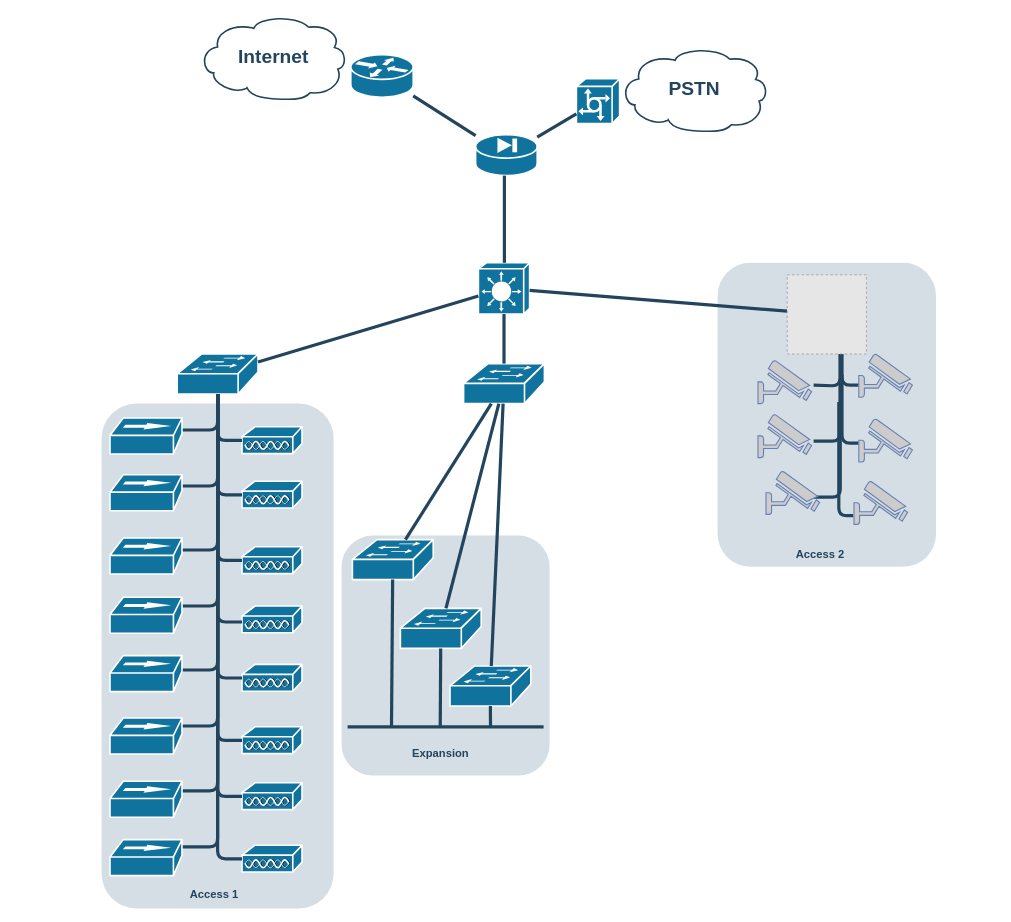
The draw.io diagram Atualidad de SDM.drawio in 0002itz/pruevas-registro-de-seguridad, before the edit. Source tidied: cells renumbered, new cells numbered last; positions are measured from the earlier drawing's top-left corner, leaving out a move shared by most shapes. Both pictures are drawn from the tidied source at 80%, with x=0, y=0 at pixel (102, 14). Pictures stored in the file or linked from it are replaced by grey dashed boxes.
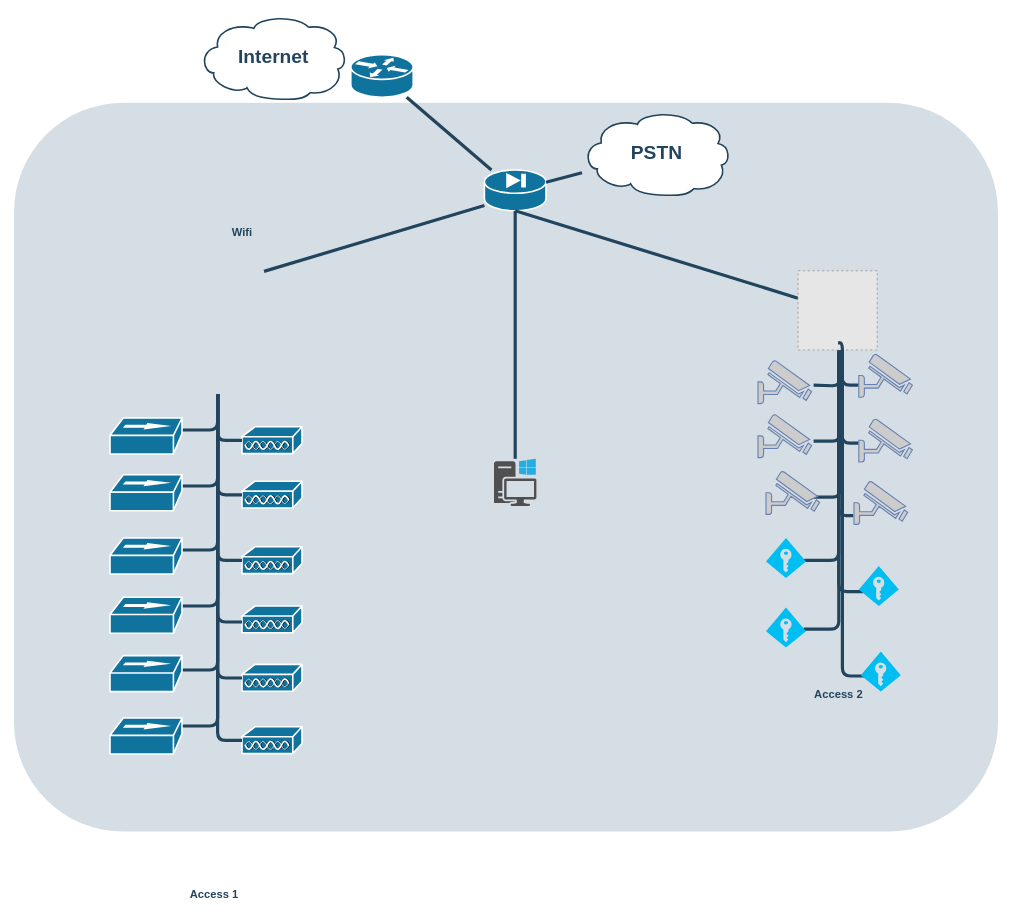
The same diagram, later.

The change refers to these unchanged cells:
```xml
<mxCell id="14" style="shape=mxgraph.cisco.misc.access_point;html=1;dashed=0;fillColor=#10739E;strokeColor=#ffffff;strokeWidth=2;verticalLabelPosition=bottom;verticalAlign=top;fontFamily=Helvetica;fontSize=36;fontColor=#FFB366;" parent="1" vertex="1">
  <mxGeometry x="175" y="515" width="75" height="34" as="geometry" />
</mxCell>
<mxCell id="15" style="shape=mxgraph.cisco.misc.access_point;html=1;dashed=0;fillColor=#10739E;strokeColor=#ffffff;strokeWidth=2;verticalLabelPosition=bottom;verticalAlign=top;fontFamily=Helvetica;fontSize=36;fontColor=#FFB366;" parent="1" vertex="1">
  <mxGeometry x="175" y="583" width="75" height="34" as="geometry" />
</mxCell>
<mxCell id="16" style="shape=mxgraph.cisco.misc.access_point;html=1;dashed=0;fillColor=#10739E;strokeColor=#ffffff;strokeWidth=2;verticalLabelPosition=bottom;verticalAlign=top;fontFamily=Helvetica;fontSize=36;fontColor=#FFB366;" parent="1" vertex="1">
  <mxGeometry x="175" y="812" width="75" height="34" as="geometry" />
</mxCell>
<mxCell id="17" style="shape=mxgraph.cisco.misc.access_point;html=1;dashed=0;fillColor=#10739E;strokeColor=#ffffff;strokeWidth=2;verticalLabelPosition=bottom;verticalAlign=top;fontFamily=Helvetica;fontSize=36;fontColor=#FFB366;" parent="1" vertex="1">
  <mxGeometry x="175" y="665" width="75" height="34" as="geometry" />
</mxCell>
<mxCell id="18" style="shape=mxgraph.cisco.misc.access_point;html=1;dashed=0;fillColor=#10739E;strokeColor=#ffffff;strokeWidth=2;verticalLabelPosition=bottom;verticalAlign=top;fontFamily=Helvetica;fontSize=36;fontColor=#FFB366;" parent="1" vertex="1">
  <mxGeometry x="175" y="890" width="75" height="34" as="geometry" />
</mxCell>
<mxCell id="19" style="shape=mxgraph.cisco.misc.access_point;html=1;dashed=0;fillColor=#10739E;strokeColor=#ffffff;strokeWidth=2;verticalLabelPosition=bottom;verticalAlign=top;fontFamily=Helvetica;fontSize=36;fontColor=#FFB366;" parent="1" vertex="1">
  <mxGeometry x="175" y="739" width="75" height="34" as="geometry" />
</mxCell>
```

The edit, as a diff of the source:
```diff
@@
-    <mxCell id="2" style="rounded=1;whiteSpace=wrap;html=1;strokeColor=none;fillColor=#BAC8D3;fontSize=24;fontColor=#23445D;align=center;opacity=60;" parent="1" vertex="1">
-      <mxGeometry x="769.5" y="310" width="273" height="380" as="geometry" />
-    </mxCell>
     <mxCell id="3" style="rounded=1;whiteSpace=wrap;html=1;strokeColor=none;fillColor=#BAC8D3;fontSize=24;fontColor=#23445D;align=center;opacity=60;" parent="1" vertex="1">
-      <mxGeometry x="299.5" y="651" width="260" height="300" as="geometry" />
+      <mxGeometry x="-110" y="110" width="1230" height="911" as="geometry" />
     </mxCell>
-    <mxCell id="4" style="rounded=1;whiteSpace=wrap;html=1;strokeColor=none;fillColor=#BAC8D3;fontSize=24;fontColor=#23445D;align=center;opacity=60;" parent="1" vertex="1">
-      <mxGeometry x="-0.5" y="486" width="290" height="631" as="geometry" />
-    </mxCell>
     <mxCell id="5" style="shape=mxgraph.cisco.security.pix_firewall;html=1;dashed=0;fillColor=#10739E;strokeColor=#ffffff;strokeWidth=2;verticalLabelPosition=bottom;verticalAlign=top;fontFamily=Helvetica;fontSize=36;fontColor=#FFB366;" parent="1" vertex="1">
-      <mxGeometry x="467" y="150" width="77" height="51" as="geometry" />
+      <mxGeometry x="478" y="194" width="77" height="51" as="geometry" />
     </mxCell>
@@
     <mxCell id="7" value="PSTN" style="shape=mxgraph.cisco.storage.cloud;html=1;dashed=0;strokeColor=#23445D;fillColor=#ffffff;strokeWidth=2;fontFamily=Helvetica;fontSize=24;fontColor=#23445D;fontStyle=1;" parent="1" vertex="1">
-      <mxGeometry x="647" y="40" width="186" height="106" as="geometry" />
+      <mxGeometry x="600" y="120" width="186" height="106" as="geometry" />
     </mxCell>
-    <mxCell id="8" style="shape=mxgraph.cisco.servers.communications_server;html=1;dashed=0;fillColor=#10739E;strokeColor=#ffffff;strokeWidth=2;verticalLabelPosition=bottom;verticalAlign=top;fontFamily=Helvetica;fontSize=36;fontColor=#FFB366;" parent="1" vertex="1">
-      <mxGeometry x="593" y="80" width="54" height="56" as="geometry" />
-    </mxCell>
-    <mxCell id="9" style="shape=mxgraph.cisco.switches.layer_3_switch;html=1;dashed=0;fillColor=#10739E;strokeColor=#ffffff;strokeWidth=2;verticalLabelPosition=bottom;verticalAlign=top;fontFamily=Helvetica;fontSize=36;fontColor=#FFB366;" parent="1" vertex="1">
-      <mxGeometry x="470.5" y="310" width="64" height="64" as="geometry" />
-    </mxCell>
-    <mxCell id="10" style="shape=mxgraph.cisco.switches.workgroup_switch;html=1;dashed=0;fillColor=#10739E;strokeColor=#ffffff;strokeWidth=2;verticalLabelPosition=bottom;verticalAlign=top;fontFamily=Helvetica;fontSize=36;fontColor=#FFB366;" parent="1" vertex="1">
-      <mxGeometry x="94" y="424" width="101" height="50" as="geometry" />
-    </mxCell>
-    <mxCell id="11" style="shape=mxgraph.cisco.switches.workgroup_switch;html=1;dashed=0;fillColor=#10739E;strokeColor=#ffffff;strokeWidth=2;verticalLabelPosition=bottom;verticalAlign=top;fontFamily=Helvetica;fontSize=36;fontColor=#FFB366;" parent="1" vertex="1">
-      <mxGeometry x="452" y="436" width="101" height="50" as="geometry" />
-    </mxCell>
-    <mxCell id="12" style="shape=mxgraph.cisco.switches.workgroup_switch;html=1;dashed=0;fillColor=#10739E;strokeColor=#ffffff;strokeWidth=2;verticalLabelPosition=bottom;verticalAlign=top;fontFamily=Helvetica;fontSize=36;fontColor=#FFB366;" parent="1" vertex="1">
-      <mxGeometry x="313" y="656" width="101" height="50" as="geometry" />
-    </mxCell>
-    <mxCell id="13" style="shape=mxgraph.cisco.switches.workgroup_switch;html=1;dashed=0;fillColor=#10739E;strokeColor=#ffffff;strokeWidth=2;verticalLabelPosition=bottom;verticalAlign=top;fontFamily=Helvetica;fontSize=36;fontColor=#FFB366;" parent="1" vertex="1">
-      <mxGeometry x="435" y="814" width="101" height="50" as="geometry" />
-    </mxCell>
@@
-    <mxCell id="28" style="elbow=horizontal;endArrow=none;html=1;strokeColor=#23445D;endFill=0;strokeWidth=4;rounded=1;" parent="1" edge="1" source="5" target="8">
+    <mxCell id="28" style="elbow=horizontal;endArrow=none;html=1;strokeColor=#23445D;endFill=0;strokeWidth=4;rounded=1;" parent="1" edge="1" source="5" target="7">
       <mxGeometry relative="1" as="geometry" />
     </mxCell>
-    <mxCell id="29" style="edgeStyle=none;rounded=1;html=1;strokeColor=#23445D;endArrow=none;endFill=0;strokeWidth=4;" parent="1" edge="1" source="9" target="10">
-      <mxGeometry relative="1" as="geometry" />
+    <mxCell id="29" style="edgeStyle=none;rounded=1;html=1;strokeColor=#23445D;endArrow=none;endFill=0;strokeWidth=4;" parent="1" edge="1">
+      <mxGeometry relative="1" as="geometry">
+        <mxPoint x="478" y="238.3" as="sourcePoint" />
+        <mxPoint x="202.5" y="320.7" as="targetPoint" />
+      </mxGeometry>
     </mxCell>
-    <mxCell id="30" style="edgeStyle=none;rounded=1;html=1;strokeColor=#23445D;endArrow=none;endFill=0;strokeWidth=4;" parent="1" edge="1" source="9" target="11">
+    <mxCell id="30" style="edgeStyle=none;rounded=1;html=1;strokeColor=#23445D;endArrow=none;endFill=0;strokeWidth=4;" parent="1" edge="1" source="5" target="78">
       <mxGeometry relative="1" as="geometry" />
     </mxCell>
-    <mxCell id="31" style="edgeStyle=none;rounded=1;html=1;strokeColor=#23445D;endArrow=none;endFill=0;strokeWidth=4;" parent="1" edge="1" source="9" target="71">
+    <mxCell id="31" style="edgeStyle=none;rounded=1;html=1;strokeColor=#23445D;endArrow=none;endFill=0;strokeWidth=4;exitX=0.5;exitY=1;exitDx=0;exitDy=0;exitPerimeter=0;" parent="1" edge="1" source="5" target="71">
       <mxGeometry relative="1" as="geometry" />
     </mxCell>
-    <mxCell id="32" style="edgeStyle=elbowEdgeStyle;elbow=horizontal;endArrow=none;html=1;strokeColor=#23445D;endFill=0;strokeWidth=4;rounded=1;" parent="1" edge="1" source="5" target="9">
-      <mxGeometry relative="1" as="geometry" />
-    </mxCell>
-    <mxCell id="33" style="edgeStyle=orthogonalEdgeStyle;rounded=1;html=1;strokeColor=#23445D;endArrow=none;endFill=0;strokeWidth=4;" parent="1" edge="1" source="10">
+    <mxCell id="33" style="edgeStyle=orthogonalEdgeStyle;rounded=1;html=1;strokeColor=#23445D;endArrow=none;endFill=0;strokeWidth=4;" parent="1" edge="1">
       <mxGeometry relative="1" as="geometry">
+        <mxPoint x="144.5" y="474" as="sourcePoint" />
         <mxPoint x="101" y="519" as="targetPoint" />
         <Array as="points">
           <mxPoint x="145" y="519" />
         </Array>
       </mxGeometry>
     </mxCell>
-    <mxCell id="34" style="edgeStyle=orthogonalEdgeStyle;rounded=1;html=1;strokeColor=#23445D;endArrow=none;endFill=0;strokeWidth=4;" parent="1" edge="1" source="10">
+    <mxCell id="34" style="edgeStyle=orthogonalEdgeStyle;rounded=1;html=1;strokeColor=#23445D;endArrow=none;endFill=0;strokeWidth=4;" parent="1" edge="1">
       <mxGeometry relative="1" as="geometry">
+        <mxPoint x="144.5" y="474" as="sourcePoint" />
         <mxPoint x="101" y="589" as="targetPoint" />
         <Array as="points">
           <mxPoint x="145" y="589" />
         </Array>
       </mxGeometry>
     </mxCell>
-    <mxCell id="35" style="edgeStyle=orthogonalEdgeStyle;rounded=1;html=1;strokeColor=#23445D;endArrow=none;endFill=0;strokeWidth=4;" parent="1" edge="1" source="10">
+    <mxCell id="35" style="edgeStyle=orthogonalEdgeStyle;rounded=1;html=1;strokeColor=#23445D;endArrow=none;endFill=0;strokeWidth=4;" parent="1" edge="1">
       <mxGeometry relative="1" as="geometry">
+        <mxPoint x="144.5" y="474" as="sourcePoint" />
         <mxPoint x="101" y="669" as="targetPoint" />
         <Array as="points">
           <mxPoint x="145" y="669" />
         </Array>
       </mxGeometry>
     </mxCell>
-    <mxCell id="36" style="edgeStyle=orthogonalEdgeStyle;rounded=1;html=1;strokeColor=#23445D;endArrow=none;endFill=0;strokeWidth=4;" parent="1" edge="1" source="10">
+    <mxCell id="36" style="edgeStyle=orthogonalEdgeStyle;rounded=1;html=1;strokeColor=#23445D;endArrow=none;endFill=0;strokeWidth=4;" parent="1" edge="1">
       <mxGeometry relative="1" as="geometry">
+        <mxPoint x="144.5" y="474" as="sourcePoint" />
         <mxPoint x="101" y="739" as="targetPoint" />
         <Array as="points">
           <mxPoint x="145" y="739" />
         </Array>
       </mxGeometry>
     </mxCell>
-    <mxCell id="37" style="edgeStyle=orthogonalEdgeStyle;rounded=1;html=1;strokeColor=#23445D;endArrow=none;endFill=0;strokeWidth=4;" parent="1" edge="1" source="10" target="14">
+    <mxCell id="37" style="edgeStyle=orthogonalEdgeStyle;rounded=1;html=1;strokeColor=#23445D;endArrow=none;endFill=0;strokeWidth=4;" parent="1" edge="1" target="14">
       <mxGeometry relative="1" as="geometry">
+        <mxPoint x="144.5" y="474" as="sourcePoint" />
         <Array as="points">
           <mxPoint x="145" y="532" />
         </Array>
       </mxGeometry>
     </mxCell>
-    <mxCell id="38" style="edgeStyle=orthogonalEdgeStyle;rounded=1;html=1;strokeColor=#23445D;endArrow=none;endFill=0;strokeWidth=4;" parent="1" edge="1" source="10" target="15">
+    <mxCell id="38" style="edgeStyle=orthogonalEdgeStyle;rounded=1;html=1;strokeColor=#23445D;endArrow=none;endFill=0;strokeWidth=4;" parent="1" edge="1" target="15">
       <mxGeometry relative="1" as="geometry">
+        <mxPoint x="144.5" y="474" as="sourcePoint" />
         <Array as="points">
           <mxPoint x="145" y="600" />
         </Array>
       </mxGeometry>
     </mxCell>
-    <mxCell id="39" style="edgeStyle=orthogonalEdgeStyle;rounded=1;html=1;strokeColor=#23445D;endArrow=none;endFill=0;strokeWidth=4;" parent="1" edge="1" source="10" target="17">
+    <mxCell id="39" style="edgeStyle=orthogonalEdgeStyle;rounded=1;html=1;strokeColor=#23445D;endArrow=none;endFill=0;strokeWidth=4;" parent="1" edge="1" target="17">
       <mxGeometry relative="1" as="geometry">
+        <mxPoint x="144.5" y="474" as="sourcePoint" />
         <Array as="points">
           <mxPoint x="145" y="682" />
         </Array>
       </mxGeometry>
     </mxCell>
-    <mxCell id="40" style="edgeStyle=orthogonalEdgeStyle;rounded=1;html=1;strokeColor=#23445D;endArrow=none;endFill=0;strokeWidth=4;" parent="1" edge="1" source="10" target="19">
+    <mxCell id="40" style="edgeStyle=orthogonalEdgeStyle;rounded=1;html=1;strokeColor=#23445D;endArrow=none;endFill=0;strokeWidth=4;" parent="1" edge="1" target="19">
       <mxGeometry relative="1" as="geometry">
+        <mxPoint x="144.5" y="474" as="sourcePoint" />
         <Array as="points">
           <mxPoint x="145" y="759" />
         </Array>
       </mxGeometry>
     </mxCell>
-    <mxCell id="41" style="rounded=1;html=1;strokeColor=#23445D;endArrow=none;endFill=0;strokeWidth=4;" parent="1" edge="1" source="11" target="13">
-      <mxGeometry relative="1" as="geometry" />
-    </mxCell>
-    <mxCell id="42" style="rounded=1;html=1;strokeColor=#23445D;endArrow=none;endFill=0;strokeWidth=4;" parent="1" edge="1" source="11" target="12">
-      <mxGeometry relative="1" as="geometry" />
-    </mxCell>
-    <mxCell id="43" style="line;html=1;strokeColor=#23445D;" parent="1" vertex="1">
-      <mxGeometry x="307" y="885" width="245" height="10" as="geometry" />
-    </mxCell>
-    <mxCell id="44" style="rounded=1;html=1;entryX=0.224;entryY=0.5;entryPerimeter=0;strokeColor=#23445D;endArrow=none;endFill=0;strokeWidth=4;" parent="1" edge="1" source="12" target="43">
-      <mxGeometry relative="1" as="geometry" />
-    </mxCell>
-    <mxCell id="45" style="edgeStyle=orthogonalEdgeStyle;rounded=1;html=1;entryX=0.714;entryY=0.5;entryPerimeter=0;strokeColor=#23445D;endArrow=none;endFill=0;strokeWidth=4;" parent="1" edge="1" source="13">
-      <mxGeometry relative="1" as="geometry">
-        <mxPoint x="485.7" y="890.3" as="targetPoint" />
-        <Array as="points">
-          <mxPoint x="486" y="877" />
-          <mxPoint x="485" y="877" />
-        </Array>
-      </mxGeometry>
-    </mxCell>
@@
-    <mxCell id="51" style="edgeStyle=orthogonalEdgeStyle;rounded=1;html=1;strokeColor=#23445D;endArrow=none;endFill=0;strokeWidth=4;" parent="1" edge="1" source="10">
+    <mxCell id="51" style="edgeStyle=orthogonalEdgeStyle;rounded=1;html=1;strokeColor=#23445D;endArrow=none;endFill=0;strokeWidth=4;" parent="1" edge="1">
       <mxGeometry relative="1" as="geometry">
+        <mxPoint x="144.5" y="474" as="sourcePoint" />
         <mxPoint x="101" y="819" as="targetPoint" />
         <Array as="points">
           <mxPoint x="145" y="819" />
         </Array>
       </mxGeometry>
     </mxCell>
-    <mxCell id="52" style="edgeStyle=orthogonalEdgeStyle;rounded=1;html=1;strokeColor=#23445D;endArrow=none;endFill=0;strokeWidth=4;" parent="1" edge="1" source="10">
+    <mxCell id="52" style="edgeStyle=orthogonalEdgeStyle;rounded=1;html=1;strokeColor=#23445D;endArrow=none;endFill=0;strokeWidth=4;" parent="1" edge="1">
       <mxGeometry relative="1" as="geometry">
+        <mxPoint x="144.5" y="474" as="sourcePoint" />
         <mxPoint x="101" y="889" as="targetPoint" />
         <Array as="points">
           <mxPoint x="145" y="889" />
         </Array>
       </mxGeometry>
     </mxCell>
-    <mxCell id="53" style="edgeStyle=orthogonalEdgeStyle;rounded=1;html=1;strokeColor=#23445D;endArrow=none;endFill=0;strokeWidth=4;" parent="1" edge="1" source="10" target="16">
+    <mxCell id="53" style="edgeStyle=orthogonalEdgeStyle;rounded=1;html=1;strokeColor=#23445D;endArrow=none;endFill=0;strokeWidth=4;" parent="1" edge="1" target="16">
       <mxGeometry relative="1" as="geometry">
+        <mxPoint x="144.5" y="474" as="sourcePoint" />
         <Array as="points">
           <mxPoint x="145" y="829" />
         </Array>
       </mxGeometry>
     </mxCell>
-    <mxCell id="54" style="edgeStyle=orthogonalEdgeStyle;rounded=1;html=1;strokeColor=#23445D;endArrow=none;endFill=0;strokeWidth=4;" parent="1" edge="1" source="10" target="18">
+    <mxCell id="54" style="edgeStyle=orthogonalEdgeStyle;rounded=1;html=1;strokeColor=#23445D;endArrow=none;endFill=0;strokeWidth=4;" parent="1" edge="1" target="18">
       <mxGeometry relative="1" as="geometry">
+        <mxPoint x="144.5" y="474" as="sourcePoint" />
         <Array as="points">
           <mxPoint x="145" y="907" />
         </Array>
       </mxGeometry>
     </mxCell>
     <mxCell id="55" value="Access 2" style="rounded=1;whiteSpace=wrap;html=1;strokeColor=none;fillColor=none;fontSize=14;fontColor=#23445D;align=center;fontStyle=1;" parent="1" vertex="1">
-      <mxGeometry x="850" y="665" width="96" height="19" as="geometry" />
+      <mxGeometry x="873" y="840" width="96" height="19" as="geometry" />
     </mxCell>
-    <mxCell id="56" value="&lt;font color=&quot;#23445d&quot;&gt;Expansion&lt;/font&gt;" style="rounded=1;whiteSpace=wrap;html=1;strokeColor=none;fillColor=none;fontSize=14;fontColor=#742B21;align=center;fontStyle=1;" parent="1" vertex="1">
-      <mxGeometry x="369" y="913" width="109" height="19" as="geometry" />
+    <mxCell id="56" value="&lt;font color=&quot;#23445d&quot;&gt;Wifi&lt;br&gt;&lt;br&gt;&lt;/font&gt;" style="rounded=1;whiteSpace=wrap;html=1;strokeColor=none;fillColor=none;fontSize=14;fontColor=#742B21;align=center;fontStyle=1;" parent="1" vertex="1">
+      <mxGeometry x="120.5" y="270" width="109" height="19" as="geometry" />
     </mxCell>
@@
-    <mxCell id="58" style="shape=mxgraph.cisco.hubs_and_gateways.100baset_hub;html=1;dashed=0;fillColor=#10739E;strokeColor=#ffffff;strokeWidth=2;verticalLabelPosition=bottom;verticalAlign=top;fontFamily=Helvetica;fontSize=36;fontColor=#FFB366;" parent="1" vertex="1">
-      <mxGeometry x="10" y="1031" width="90" height="45" as="geometry" />
-    </mxCell>
-    <mxCell id="59" style="shape=mxgraph.cisco.hubs_and_gateways.100baset_hub;html=1;dashed=0;fillColor=#10739E;strokeColor=#ffffff;strokeWidth=2;verticalLabelPosition=bottom;verticalAlign=top;fontFamily=Helvetica;fontSize=36;fontColor=#FFB366;" parent="1" vertex="1">
-      <mxGeometry x="10" y="958" width="90" height="45" as="geometry" />
-    </mxCell>
-    <mxCell id="60" style="shape=mxgraph.cisco.misc.access_point;html=1;dashed=0;fillColor=#10739E;strokeColor=#ffffff;strokeWidth=2;verticalLabelPosition=bottom;verticalAlign=top;fontFamily=Helvetica;fontSize=36;fontColor=#FFB366;" parent="1" vertex="1">
-      <mxGeometry x="175" y="960" width="75" height="34" as="geometry" />
-    </mxCell>
-    <mxCell id="61" style="shape=mxgraph.cisco.misc.access_point;html=1;dashed=0;fillColor=#10739E;strokeColor=#ffffff;strokeWidth=2;verticalLabelPosition=bottom;verticalAlign=top;fontFamily=Helvetica;fontSize=36;fontColor=#FFB366;" parent="1" vertex="1">
-      <mxGeometry x="175" y="1038" width="75" height="34" as="geometry" />
-    </mxCell>
-    <mxCell id="62" style="edgeStyle=orthogonalEdgeStyle;rounded=1;html=1;endArrow=none;endFill=0;strokeColor=#23445D;strokeWidth=4;fontSize=14;fontColor=#990000;" parent="1" edge="1" source="10" target="61">
+    <mxCell id="62" style="edgeStyle=orthogonalEdgeStyle;rounded=1;html=1;endArrow=none;endFill=0;strokeColor=#23445D;strokeWidth=4;fontSize=14;fontColor=#990000;" parent="1" edge="1">
       <mxGeometry relative="1" as="geometry">
+        <mxPoint x="921" y="410" as="sourcePoint" />
+        <mxPoint x="951.5" y="721" as="targetPoint" />
         <Array as="points">
-          <mxPoint x="145" y="1055" />
+          <mxPoint x="921.5" y="721" />
         </Array>
       </mxGeometry>
     </mxCell>
-    <mxCell id="63" style="edgeStyle=orthogonalEdgeStyle;rounded=1;html=1;endArrow=none;endFill=0;strokeColor=#23445D;strokeWidth=4;fontSize=14;fontColor=#990000;" parent="1" edge="1" source="10" target="60">
-      <mxGeometry relative="1" as="geometry">
-        <Array as="points">
-          <mxPoint x="145" y="977" />
-        </Array>
-      </mxGeometry>
-    </mxCell>
-    <mxCell id="64" style="edgeStyle=orthogonalEdgeStyle;rounded=1;html=1;endArrow=none;endFill=0;strokeColor=#23445D;strokeWidth=4;fontSize=14;fontColor=#990000;" parent="1" edge="1" source="10">
+    <mxCell id="64" style="edgeStyle=orthogonalEdgeStyle;rounded=1;html=1;endArrow=none;endFill=0;strokeColor=#23445D;strokeWidth=4;fontSize=14;fontColor=#990000;" parent="1" edge="1">
       <mxGeometry relative="1" as="geometry">
-        <mxPoint x="101" y="970" as="targetPoint" />
+        <mxPoint x="920.8" y="382" as="sourcePoint" />
+        <mxPoint x="881" y="682" as="targetPoint" />
         <Array as="points">
-          <mxPoint x="145" y="970" />
+          <mxPoint x="921" y="682" />
+          <mxPoint x="877" y="682" />
         </Array>
       </mxGeometry>
     </mxCell>
-    <mxCell id="65" style="edgeStyle=orthogonalEdgeStyle;rounded=1;html=1;endArrow=none;endFill=0;strokeColor=#23445D;strokeWidth=4;fontSize=14;fontColor=#990000;" parent="1" edge="1" source="10">
+    <mxCell id="65" style="edgeStyle=orthogonalEdgeStyle;rounded=1;html=1;endArrow=none;endFill=0;strokeColor=#23445D;strokeWidth=4;fontSize=14;fontColor=#990000;" parent="1" edge="1">
       <mxGeometry relative="1" as="geometry">
-        <mxPoint x="101" y="1040" as="targetPoint" />
+        <mxPoint x="920" y="452" as="sourcePoint" />
+        <mxPoint x="877" y="768" as="targetPoint" />
         <Array as="points">
-          <mxPoint x="145" y="1040" />
+          <mxPoint x="921" y="768" />
         </Array>
       </mxGeometry>
     </mxCell>
-    <mxCell id="66" style="shape=mxgraph.cisco.switches.workgroup_switch;html=1;dashed=0;fillColor=#10739E;strokeColor=#ffffff;strokeWidth=2;verticalLabelPosition=bottom;verticalAlign=top;fontFamily=Helvetica;fontSize=36;fontColor=#FFB366;" parent="1" vertex="1">
-      <mxGeometry x="373" y="742" width="101" height="50" as="geometry" />
-    </mxCell>
-    <mxCell id="67" style="rounded=1;html=1;entryX=0.224;entryY=0.5;entryPerimeter=0;strokeColor=#23445D;endArrow=none;endFill=0;strokeWidth=4;" parent="1" edge="1" source="66">
-      <mxGeometry relative="1" as="geometry">
-        <mxPoint x="422.8" y="890.1" as="targetPoint" />
-      </mxGeometry>
-    </mxCell>
-    <mxCell id="68" style="rounded=1;html=1;endArrow=none;endFill=0;strokeColor=#23445D;strokeWidth=4;fontSize=14;fontColor=#990000;" parent="1" edge="1" source="11" target="66">
-      <mxGeometry relative="1" as="geometry" />
-    </mxCell>
@@
     <mxCell id="71" style="fillColor=#E6E6E6;strokeColor=#999999;dashed=1;html=1;verticalAlign=top;verticalLabelPosition=bottom;labelBackgroundColor=#ffffff;" parent="1" vertex="1">
-      <mxGeometry x="856.5" y="325" width="99" height="99" as="geometry" />
+      <mxGeometry x="870" y="320" width="99" height="99" as="geometry" />
     </mxCell>
@@
+    <mxCell id="78" style="sketch=0;shadow=0;dashed=0;html=1;strokeColor=none;fillColor=#505050;labelPosition=center;verticalLabelPosition=bottom;verticalAlign=top;outlineConnect=0;align=center;shape=mxgraph.office.devices.workstation_pc;" parent="1" vertex="1">
+      <mxGeometry x="490" y="555" width="53" height="59" as="geometry" />
+    </mxCell>
+    <mxCell id="79" style="edgeStyle=orthogonalEdgeStyle;rounded=1;html=1;strokeColor=#23445D;endArrow=none;endFill=0;strokeWidth=4;" parent="1" edge="1">
+      <mxGeometry relative="1" as="geometry">
+        <mxPoint x="920" y="410" as="sourcePoint" />
+        <mxPoint x="955.5" y="826.5" as="targetPoint" />
+        <Array as="points">
+          <mxPoint x="925.5" y="826.5" />
+        </Array>
+      </mxGeometry>
+    </mxCell>
+    <mxCell id="80" style="verticalLabelPosition=bottom;html=1;verticalAlign=top;align=center;strokeColor=none;fillColor=#00BEF2;shape=mxgraph.azure.access_control;" parent="1" vertex="1">
+      <mxGeometry x="830" y="654" width="50" height="50" as="geometry" />
+    </mxCell>
+    <mxCell id="81" style="verticalLabelPosition=bottom;html=1;verticalAlign=top;align=center;strokeColor=none;fillColor=#00BEF2;shape=mxgraph.azure.access_control;" parent="1" vertex="1">
+      <mxGeometry x="830" y="741" width="50" height="50" as="geometry" />
+    </mxCell>
+    <mxCell id="82" style="verticalLabelPosition=bottom;html=1;verticalAlign=top;align=center;strokeColor=none;fillColor=#00BEF2;shape=mxgraph.azure.access_control;" parent="1" vertex="1">
+      <mxGeometry x="948.5" y="796" width="50" height="50" as="geometry" />
+    </mxCell>
+    <mxCell id="83" style="verticalLabelPosition=bottom;html=1;verticalAlign=top;align=center;strokeColor=none;fillColor=#00BEF2;shape=mxgraph.azure.access_control;" parent="1" vertex="1">
+      <mxGeometry x="946" y="689" width="50" height="50" as="geometry" />
+    </mxCell>
```
